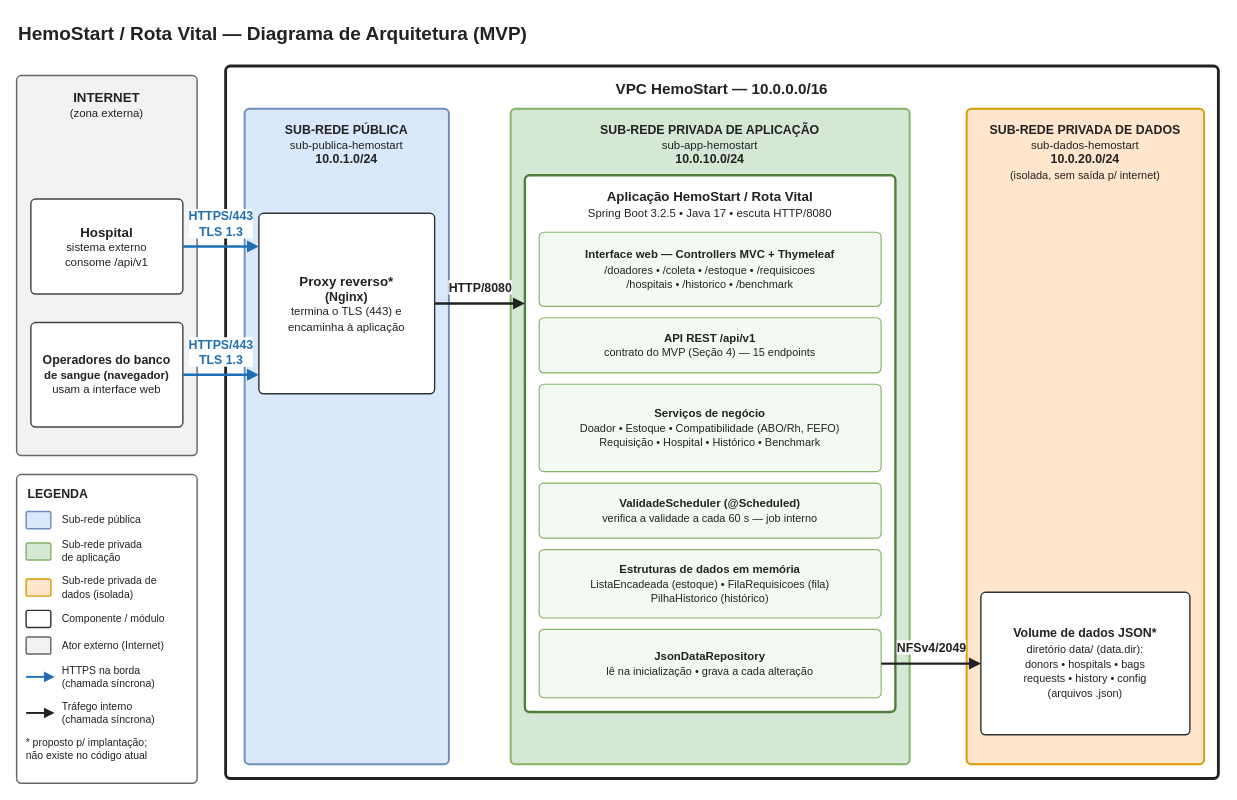
This is docs/arquitetura/rsd/arquitetura-hemostart-martins-melo.drawio from afws-bit/hemostart, a draw.io file, before an edit. Source tidied: cells renumbered, new cells numbered last; positions are measured from the earlier drawing's top-left corner, leaving out a move shared by most shapes. Both pictures are drawn from the tidied source at 95%, with x=0, y=0 at pixel (16, 16).
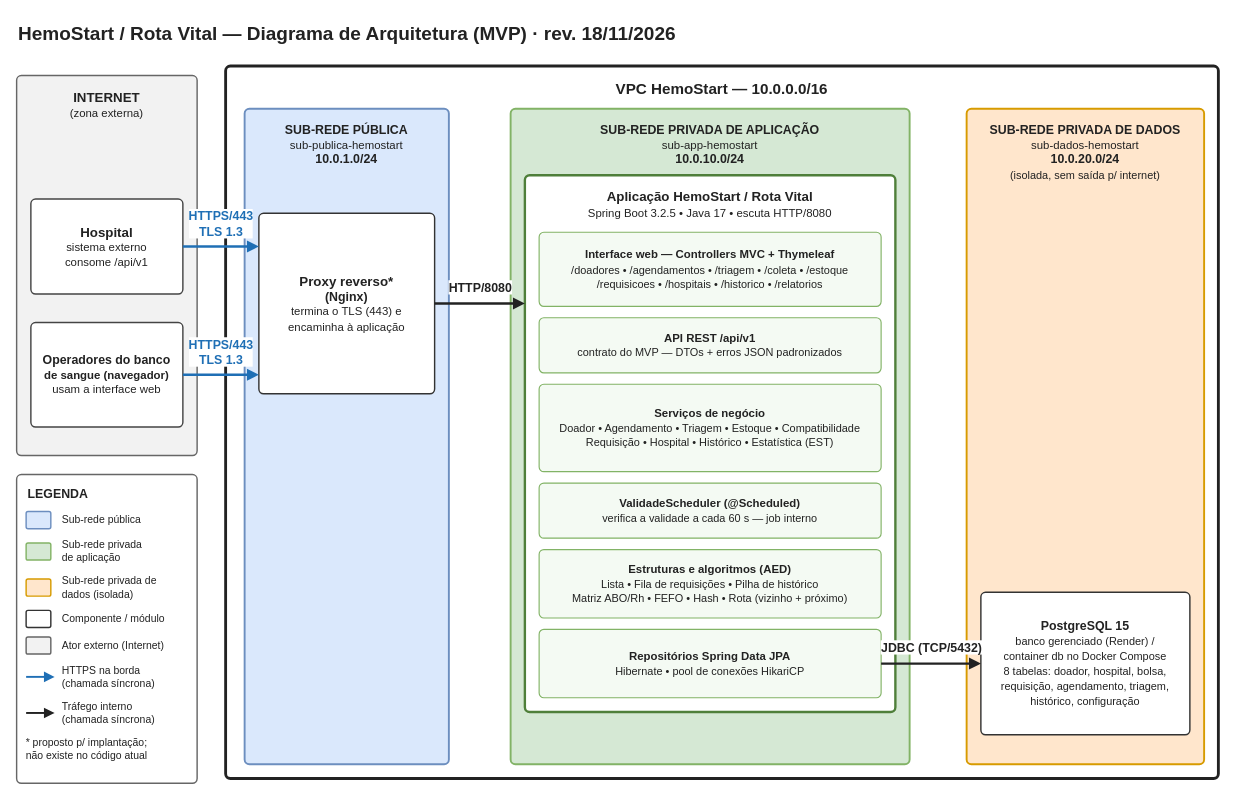
Above is the later version.

The change refers to these unchanged cells:
```xml
<mxCell id="10" value="&lt;font style=&quot;font-size:14px&quot;&gt;&lt;b&gt;Aplicação HemoStart / Rota Vital&lt;/b&gt;&lt;/font&gt;&lt;br&gt;&lt;font style=&quot;font-size:12px&quot;&gt;Spring Boot 3.2.5 • Java 17 • escuta HTTP/8080&lt;/font&gt;" style="rounded=1;absoluteArcSize=1;arcSize=10;whiteSpace=wrap;html=1;fontSize=13;fontColor=#222222;fillColor=#FFFFFF;strokeColor=#4F7F3A;strokeWidth=2.5;verticalAlign=top;spacingTop=8;" parent="9" vertex="1">
  <mxGeometry x="15" y="70" width="390" height="565" as="geometry" />
</mxCell>
<mxCell id="17" value="&lt;b&gt;SUB-REDE PRIVADA DE DADOS&lt;/b&gt;&lt;br&gt;&lt;font style=&quot;font-size:12px&quot;&gt;sub-dados-hemostart&lt;/font&gt;&lt;br&gt;&lt;b&gt;10.0.20.0/24&lt;/b&gt;&lt;br&gt;&lt;font style=&quot;font-size:11.5px&quot;&gt;(isolada, sem saída p/ internet)&lt;/font&gt;" style="rounded=1;absoluteArcSize=1;arcSize=10;whiteSpace=wrap;html=1;fontSize=13;fontColor=#222222;fillColor=#FFE6CC;strokeColor=#D79B00;strokeWidth=2;verticalAlign=top;spacingTop=8;" parent="6" vertex="1">
  <mxGeometry x="780" y="45" width="250" height="690" as="geometry" />
</mxCell>
```

The edit, as a diff of the source:
```diff
@@
-    <mxCell id="2" value="&lt;font style=&quot;font-size:20px&quot;&gt;&lt;b&gt;HemoStart / Rota Vital — Diagrama de Arquitetura (MVP)&lt;/b&gt;&lt;/font&gt;" style="text;html=1;align=left;verticalAlign=middle;whiteSpace=wrap;fontSize=20;fontStyle=1;fontColor=#222222;" parent="1" vertex="1">
+    <mxCell id="2" value="&lt;font style=&quot;font-size:20px&quot;&gt;&lt;b&gt;HemoStart / Rota Vital — Diagrama de Arquitetura (MVP) · rev. 18/11/2026&lt;/b&gt;&lt;/font&gt;" style="text;html=1;align=left;verticalAlign=middle;whiteSpace=wrap;fontSize=20;fontStyle=1;fontColor=#222222;" parent="1" vertex="1">
       <mxGeometry width="900" height="34" as="geometry" />
     </mxCell>
@@
-    <mxCell id="11" value="&lt;font style=&quot;font-size:12px&quot;&gt;&lt;b&gt;Interface web — Controllers MVC + Thymeleaf&lt;/b&gt;&lt;/font&gt;&lt;br&gt;&lt;font style=&quot;font-size:11.5px&quot;&gt;/doadores • /coleta • /estoque • /requisicoes&lt;/font&gt;&lt;br&gt;&lt;font style=&quot;font-size:11.5px&quot;&gt;/hospitais • /historico • /benchmark&lt;/font&gt;" style="rounded=1;absoluteArcSize=1;arcSize=10;whiteSpace=wrap;html=1;fontSize=13;fontColor=#222222;fillColor=#F4FAF3;strokeColor=#82B366;strokeWidth=1.2;verticalAlign=middle;" parent="10" vertex="1">
+    <mxCell id="11" value="&lt;font style=&quot;font-size:12px&quot;&gt;&lt;b&gt;Interface web — Controllers MVC + Thymeleaf&lt;/b&gt;&lt;/font&gt;&lt;br&gt;&lt;font style=&quot;font-size:11.5px&quot;&gt;/doadores • /agendamentos • /triagem • /coleta • /estoque&lt;/font&gt;&lt;br&gt;&lt;font style=&quot;font-size:11.5px&quot;&gt;/requisicoes • /hospitais • /historico • /relatorios&lt;/font&gt;" style="rounded=1;absoluteArcSize=1;arcSize=10;whiteSpace=wrap;html=1;fontSize=13;fontColor=#222222;fillColor=#F4FAF3;strokeColor=#82B366;strokeWidth=1.2;verticalAlign=middle;" parent="10" vertex="1">
       <mxGeometry x="15" y="60" width="360" height="78" as="geometry" />
     </mxCell>
-    <mxCell id="12" value="&lt;font style=&quot;font-size:12px&quot;&gt;&lt;b&gt;API REST /api/v1&lt;/b&gt;&lt;/font&gt;&lt;br&gt;&lt;font style=&quot;font-size:11.5px&quot;&gt;contrato do MVP (Seção 4) — 15 endpoints&lt;/font&gt;" style="rounded=1;absoluteArcSize=1;arcSize=10;whiteSpace=wrap;html=1;fontSize=13;fontColor=#222222;fillColor=#F4FAF3;strokeColor=#82B366;strokeWidth=1.2;verticalAlign=middle;" parent="10" vertex="1">
+    <mxCell id="12" value="&lt;font style=&quot;font-size:12px&quot;&gt;&lt;b&gt;API REST /api/v1&lt;/b&gt;&lt;/font&gt;&lt;br&gt;&lt;font style=&quot;font-size:11.5px&quot;&gt;contrato do MVP — DTOs + erros JSON padronizados&lt;/font&gt;" style="rounded=1;absoluteArcSize=1;arcSize=10;whiteSpace=wrap;html=1;fontSize=13;fontColor=#222222;fillColor=#F4FAF3;strokeColor=#82B366;strokeWidth=1.2;verticalAlign=middle;" parent="10" vertex="1">
       <mxGeometry x="15" y="150" width="360" height="58" as="geometry" />
     </mxCell>
-    <mxCell id="13" value="&lt;font style=&quot;font-size:12px&quot;&gt;&lt;b&gt;Serviços de negócio&lt;/b&gt;&lt;/font&gt;&lt;br&gt;&lt;font style=&quot;font-size:11.5px&quot;&gt;Doador • Estoque • Compatibilidade (ABO/Rh, FEFO)&lt;/font&gt;&lt;br&gt;&lt;font style=&quot;font-size:11.5px&quot;&gt;Requisição • Hospital • Histórico • Benchmark&lt;/font&gt;" style="rounded=1;absoluteArcSize=1;arcSize=10;whiteSpace=wrap;html=1;fontSize=13;fontColor=#222222;fillColor=#F4FAF3;strokeColor=#82B366;strokeWidth=1.2;verticalAlign=middle;" parent="10" vertex="1">
+    <mxCell id="13" value="&lt;font style=&quot;font-size:12px&quot;&gt;&lt;b&gt;Serviços de negócio&lt;/b&gt;&lt;/font&gt;&lt;br&gt;&lt;font style=&quot;font-size:11.5px&quot;&gt;Doador • Agendamento • Triagem • Estoque • Compatibilidade&lt;/font&gt;&lt;br&gt;&lt;font style=&quot;font-size:11.5px&quot;&gt;Requisição • Hospital • Histórico • Estatística (EST)&lt;/font&gt;" style="rounded=1;absoluteArcSize=1;arcSize=10;whiteSpace=wrap;html=1;fontSize=13;fontColor=#222222;fillColor=#F4FAF3;strokeColor=#82B366;strokeWidth=1.2;verticalAlign=middle;" parent="10" vertex="1">
       <mxGeometry x="15" y="220" width="360" height="92" as="geometry" />
     </mxCell>
@@
-    <mxCell id="15" value="&lt;font style=&quot;font-size:12px&quot;&gt;&lt;b&gt;Estruturas de dados em memória&lt;/b&gt;&lt;/font&gt;&lt;br&gt;&lt;font style=&quot;font-size:11.5px&quot;&gt;ListaEncadeada (estoque) • FilaRequisicoes (fila)&lt;/font&gt;&lt;br&gt;&lt;font style=&quot;font-size:11.5px&quot;&gt;PilhaHistorico (histórico)&lt;/font&gt;" style="rounded=1;absoluteArcSize=1;arcSize=10;whiteSpace=wrap;html=1;fontSize=13;fontColor=#222222;fillColor=#F4FAF3;strokeColor=#82B366;strokeWidth=1.2;verticalAlign=middle;" parent="10" vertex="1">
+    <mxCell id="15" value="&lt;font style=&quot;font-size:12px&quot;&gt;&lt;b&gt;Estruturas e algoritmos (AED)&lt;/b&gt;&lt;/font&gt;&lt;br&gt;&lt;font style=&quot;font-size:11.5px&quot;&gt;Lista • Fila de requisições • Pilha de histórico&lt;/font&gt;&lt;br&gt;&lt;font style=&quot;font-size:11.5px&quot;&gt;Matriz ABO/Rh • FEFO • Hash • Rota (vizinho + próximo)&lt;/font&gt;" style="rounded=1;absoluteArcSize=1;arcSize=10;whiteSpace=wrap;html=1;fontSize=13;fontColor=#222222;fillColor=#F4FAF3;strokeColor=#82B366;strokeWidth=1.2;verticalAlign=middle;" parent="10" vertex="1">
       <mxGeometry x="15" y="394" width="360" height="72" as="geometry" />
     </mxCell>
-    <mxCell id="16" value="&lt;font style=&quot;font-size:12px&quot;&gt;&lt;b&gt;JsonDataRepository&lt;/b&gt;&lt;/font&gt;&lt;br&gt;&lt;font style=&quot;font-size:11.5px&quot;&gt;lê na inicialização • grava a cada alteração&lt;/font&gt;" style="rounded=1;absoluteArcSize=1;arcSize=10;whiteSpace=wrap;html=1;fontSize=13;fontColor=#222222;fillColor=#F4FAF3;strokeColor=#82B366;strokeWidth=1.2;verticalAlign=middle;" parent="10" vertex="1">
+    <mxCell id="16" value="&lt;font style=&quot;font-size:12px&quot;&gt;&lt;b&gt;Repositórios Spring Data JPA&lt;/b&gt;&lt;/font&gt;&lt;br&gt;&lt;font style=&quot;font-size:11.5px&quot;&gt;Hibernate • pool de conexões HikariCP&lt;/font&gt;" style="rounded=1;absoluteArcSize=1;arcSize=10;whiteSpace=wrap;html=1;fontSize=13;fontColor=#222222;fillColor=#F4FAF3;strokeColor=#82B366;strokeWidth=1.2;verticalAlign=middle;" parent="10" vertex="1">
       <mxGeometry x="15" y="478" width="360" height="72" as="geometry" />
     </mxCell>
@@
-    <mxCell id="18" value="&lt;b&gt;Volume de dados JSON*&lt;/b&gt;&lt;br&gt;&lt;font style=&quot;font-size:11.5px&quot;&gt;diretório data/ (data.dir):&lt;/font&gt;&lt;br&gt;&lt;font style=&quot;font-size:11.5px&quot;&gt;donors • hospitals • bags&lt;/font&gt;&lt;br&gt;&lt;font style=&quot;font-size:11.5px&quot;&gt;requests • history • config&lt;/font&gt;&lt;br&gt;&lt;font style=&quot;font-size:11.5px&quot;&gt;(arquivos .json)&lt;/font&gt;" style="rounded=1;absoluteArcSize=1;arcSize=10;whiteSpace=wrap;html=1;fontSize=13;fontColor=#222222;fillColor=#FFFFFF;strokeColor=#333333;strokeWidth=1.5;verticalAlign=middle;" parent="17" vertex="1">
+    <mxCell id="18" value="&lt;b&gt;PostgreSQL 15&lt;/b&gt;&lt;br&gt;&lt;font style=&quot;font-size:11.5px&quot;&gt;banco gerenciado (Render) /&lt;/font&gt;&lt;br&gt;&lt;font style=&quot;font-size:11.5px&quot;&gt;container db no Docker Compose&lt;/font&gt;&lt;br&gt;&lt;font style=&quot;font-size:11.5px&quot;&gt;8 tabelas: doador, hospital, bolsa,&lt;/font&gt;&lt;br&gt;&lt;font style=&quot;font-size:11.5px&quot;&gt;requisição, agendamento, triagem,&lt;/font&gt;&lt;br&gt;&lt;font style=&quot;font-size:11.5px&quot;&gt;histórico, configuração&lt;/font&gt;" style="rounded=1;absoluteArcSize=1;arcSize=10;whiteSpace=wrap;html=1;fontSize=13;fontColor=#222222;fillColor=#FFFFFF;strokeColor=#333333;strokeWidth=1.5;verticalAlign=middle;" parent="17" vertex="1">
       <mxGeometry x="15" y="509" width="220" height="150" as="geometry" />
     </mxCell>
@@
-    <mxCell id="38" value="NFSv4/2049" style="endArrow=block;endFill=1;html=1;rounded=0;strokeWidth=2.5;strokeColor=#222222;fontColor=#222222;fontStyle=1;fontSize=13;labelBackgroundColor=#FFFFFF;exitX=1.0000;exitY=0.5000;exitDx=0;exitDy=0;entryX=0.0000;entryY=0.5000;entryDx=0;entryDy=0;" parent="1" edge="1" source="16" target="18">
+    <mxCell id="38" value="JDBC (TCP/5432)" style="endArrow=block;endFill=1;html=1;rounded=0;strokeWidth=2.5;strokeColor=#222222;fontColor=#222222;fontStyle=1;fontSize=13;labelBackgroundColor=#FFFFFF;exitX=1.0000;exitY=0.5000;exitDx=0;exitDy=0;entryX=0.0000;entryY=0.5000;entryDx=0;entryDy=0;" parent="1" edge="1" source="16" target="18">
       <mxGeometry relative="1" as="geometry">
         <mxPoint y="-17" as="offset" />
       </mxGeometry>
     </mxCell>
```
